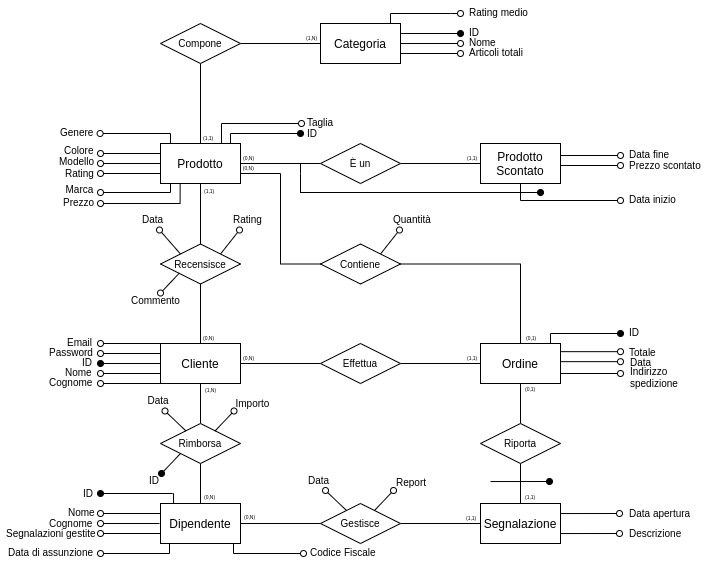
The draw.io diagram docs/images/schema_finale.png in krosspile/ecommerce_database, before a commit. Source tidied: cells renumbered, new cells last; positions are measured from the earlier drawing's top-left corner, leaving out a move shared by most shapes.
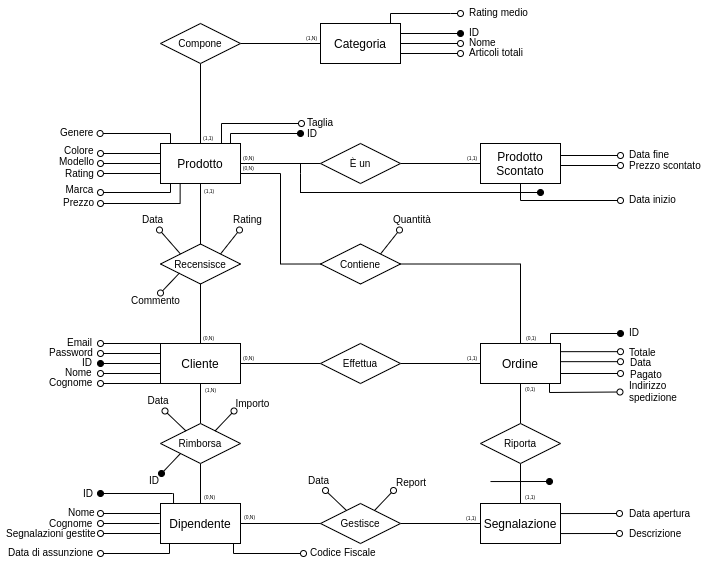
The same diagram one commit later.

Diff of the diagram source:
```diff
@@ -81,7 +81,7 @@
       <mxGeometry x="623" y="340" width="46" height="23" as="geometry" />
     </mxCell>
     <mxCell id="20" value="Indirizzo&#10;spedizione" style="text;strokeColor=none;fillColor=none;spacingLeft=4;spacingRight=4;overflow=hidden;fontSize=10;" parent="1" vertex="1">
-      <mxGeometry x="624" y="358.5" width="66" height="33" as="geometry" />
+      <mxGeometry x="623" y="373" width="66" height="33" as="geometry" />
     </mxCell>
     <mxCell id="21" style="edgeStyle=orthogonalEdgeStyle;rounded=0;orthogonalLoop=1;jettySize=auto;html=1;exitX=0;exitY=0.25;exitDx=0;exitDy=0;endArrow=oval;endFill=0;" parent="1" edge="1">
       <mxGeometry relative="1" as="geometry">
@@ -568,5 +568,18 @@
     <mxCell id="134" value="ID" style="text;strokeColor=none;fillColor=none;spacingLeft=4;spacingRight=4;overflow=hidden;fontSize=10;" parent="1" vertex="1">
       <mxGeometry x="143" y="467.5" width="30" height="25" as="geometry" />
     </mxCell>
+    <mxCell id="135" style="edgeStyle=orthogonalEdgeStyle;rounded=0;orthogonalLoop=1;jettySize=auto;html=1;exitX=0.869;exitY=1;exitDx=0;exitDy=0;endArrow=oval;endFill=0;sourcePerimeterSpacing=0;targetPerimeterSpacing=0;exitPerimeter=0;" parent="1" edge="1">
+      <mxGeometry relative="1" as="geometry">
+        <mxPoint x="549" y="383" as="sourcePoint" />
+        <mxPoint x="619.5" y="391.5" as="targetPoint" />
+        <Array as="points">
+          <mxPoint x="549.5" y="392" />
+          <mxPoint x="549.5" y="392" />
+        </Array>
+      </mxGeometry>
+    </mxCell>
+    <mxCell id="136" value="Pagato" style="text;strokeColor=none;fillColor=none;spacingLeft=4;spacingRight=4;overflow=hidden;fontSize=10;" parent="1" vertex="1">
+      <mxGeometry x="624" y="362" width="46" height="23" as="geometry" />
+    </mxCell>
   </root>
 </mxGraphModel>
```
